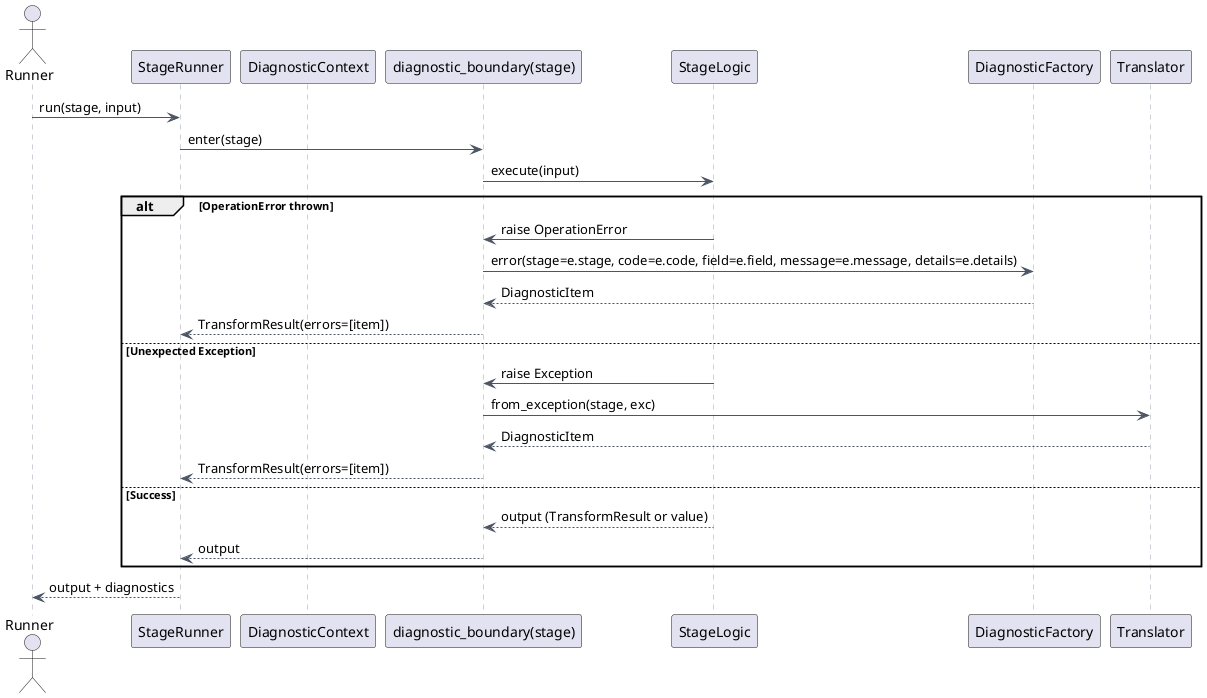
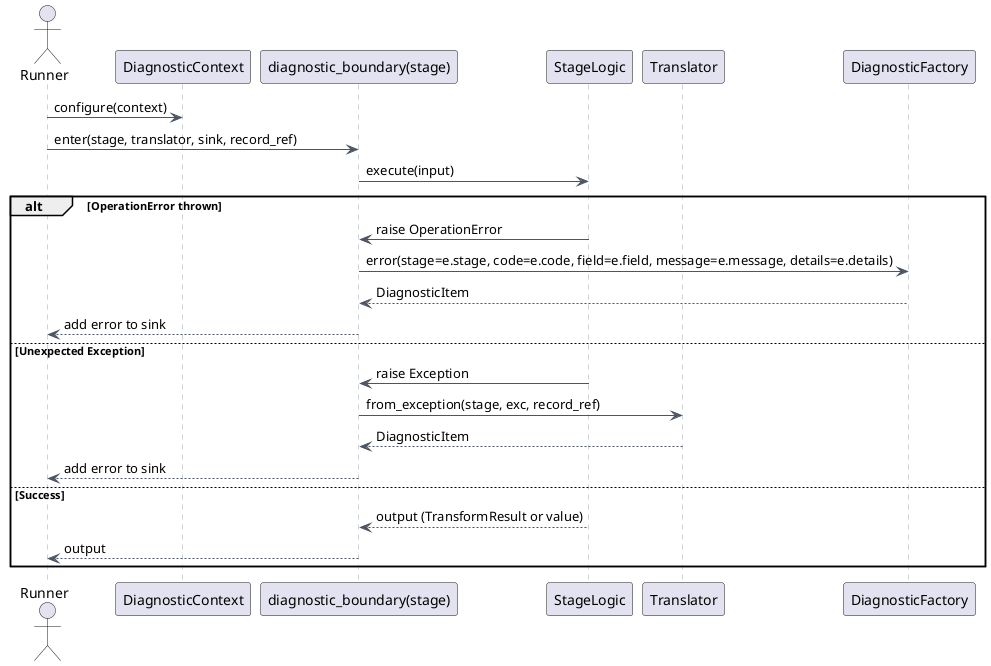
@startuml
skinparam backgroundColor white
skinparam linetype ortho
skinparam defaultFontName Arial
skinparam SequenceArrowColor #4b5563
skinparam SequenceLifeLineBorderColor #9ca3af
actor Runner as R
- participant "StageRunner" as SR
participant "DiagnosticContext" as C
participant "diagnostic_boundary(stage)" as B
participant "StageLogic" as S
+ participant "Translator" as T
participant "DiagnosticFactory" as F
- participant "Translator" as T

- R -> SR : run(stage, input)
- SR -> B : enter(stage)
+ R -> C : configure(context)
+ R -> B : enter(stage, translator, sink, record_ref)
B -> S : execute(input)

alt OperationError thrown
  S -> B : raise OperationError
  B -> F : error(stage=e.stage, code=e.code, field=e.field, message=e.message, details=e.details)
  F --> B : DiagnosticItem
-   B --> SR : TransformResult(errors=[item])
+   B --> R : add error to sink
else Unexpected Exception
  S -> B : raise Exception
-   B -> T : from_exception(stage, exc)
+   B -> T : from_exception(stage, exc, record_ref)
  T --> B : DiagnosticItem
-   B --> SR : TransformResult(errors=[item])
+   B --> R : add error to sink
else Success
  S --> B : output (TransformResult or value)
-   B --> SR : output
+   B --> R : output
end
- 
- SR --> R : output + diagnostics
@enduml
